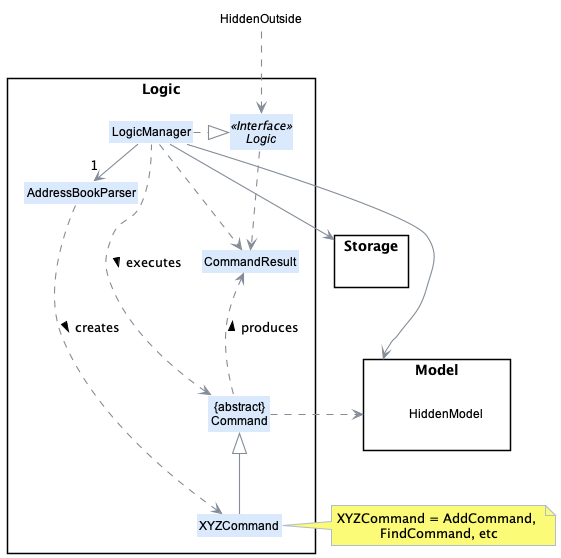
Earlier version of the PlantUML export docs/images/LogicClassDiagram.png (nus-cs2103-AY2122S1/tp).
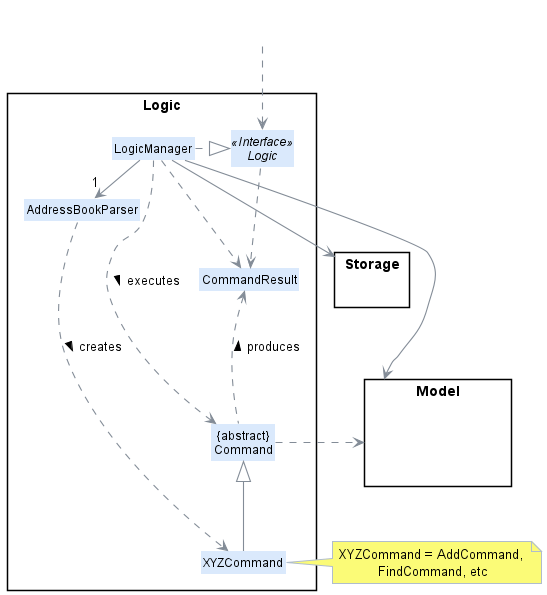
The same file after the commit.

Commit message:
Fix HiddenOutside issue

The edit, as a diff of the source:
```diff
@@ -18,13 +18,13 @@
 }
 
 package Model{
-Class HiddenModel #FFFFFF
+Class HiddenModel<<Hidden>> #FFFFFF
 }
 
 package Storage{
 }
 
-Class HiddenOutside #FFFFFF
+Class HiddenOutside <<Hidden>> #FFFFFF
 HiddenOutside ..> Logic
 
 LogicManager .right.|> Logic
```
